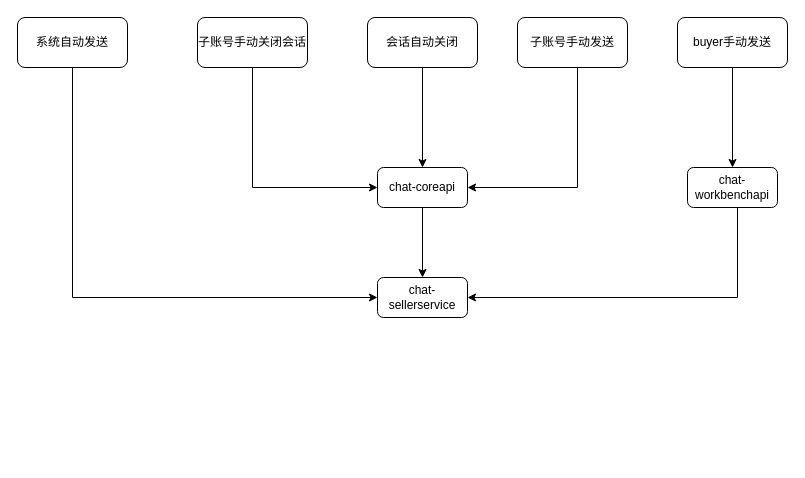
Earlier version of the draw.io diagram 未命名绘图.drawio (vividzc/drawio-file). Source tidied: cells renumbered, new cells numbered last; positions are measured from the earlier drawing's top-left corner, leaving out a move shared by most shapes. Both pictures are drawn from the tidied source at 100%, with x=0, y=0 at pixel (17, 17).
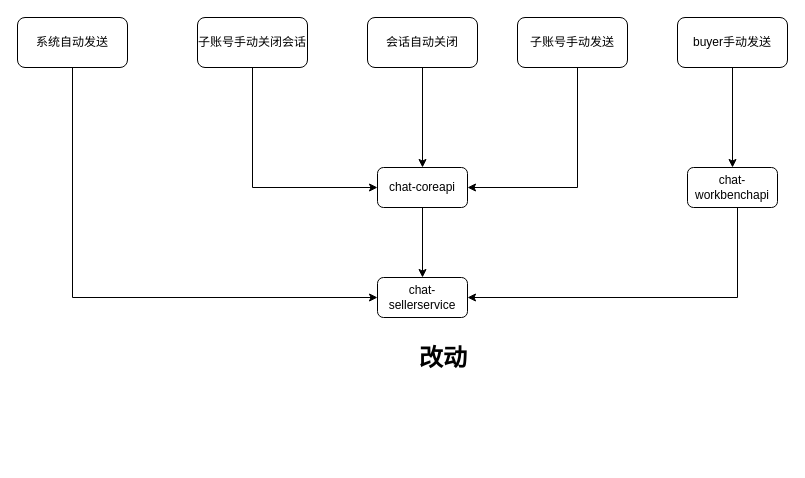
After the change.

Commit message:
更新未命名绘图.drawio

Diff of the diagram source:
```diff
@@
+    <mxCell id="17" value="&lt;h1 style=&quot;margin-top: 0px;&quot;&gt;改动&lt;/h1&gt;" style="text;html=1;whiteSpace=wrap;overflow=hidden;rounded=0;" parent="1" vertex="1">
+      <mxGeometry x="400" y="320" width="180" height="120" as="geometry" />
+    </mxCell>
```
